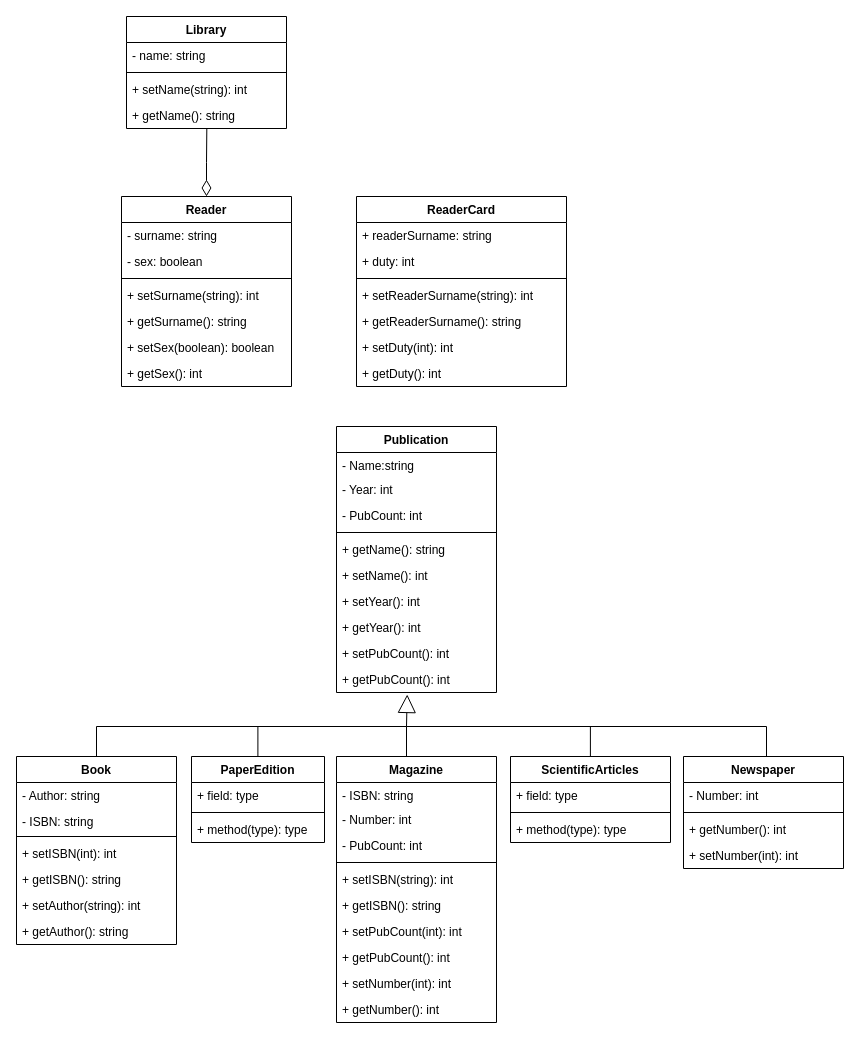
The draw.io diagram Library #3/Library.drawio in mxngell/Class, before the edit. Source tidied: cells renumbered, new cells numbered last; positions are measured from the earlier drawing's top-left corner, leaving out a move shared by most shapes. Both pictures are drawn from the tidied source at 100%, with x=0, y=0 at pixel (16, 16).
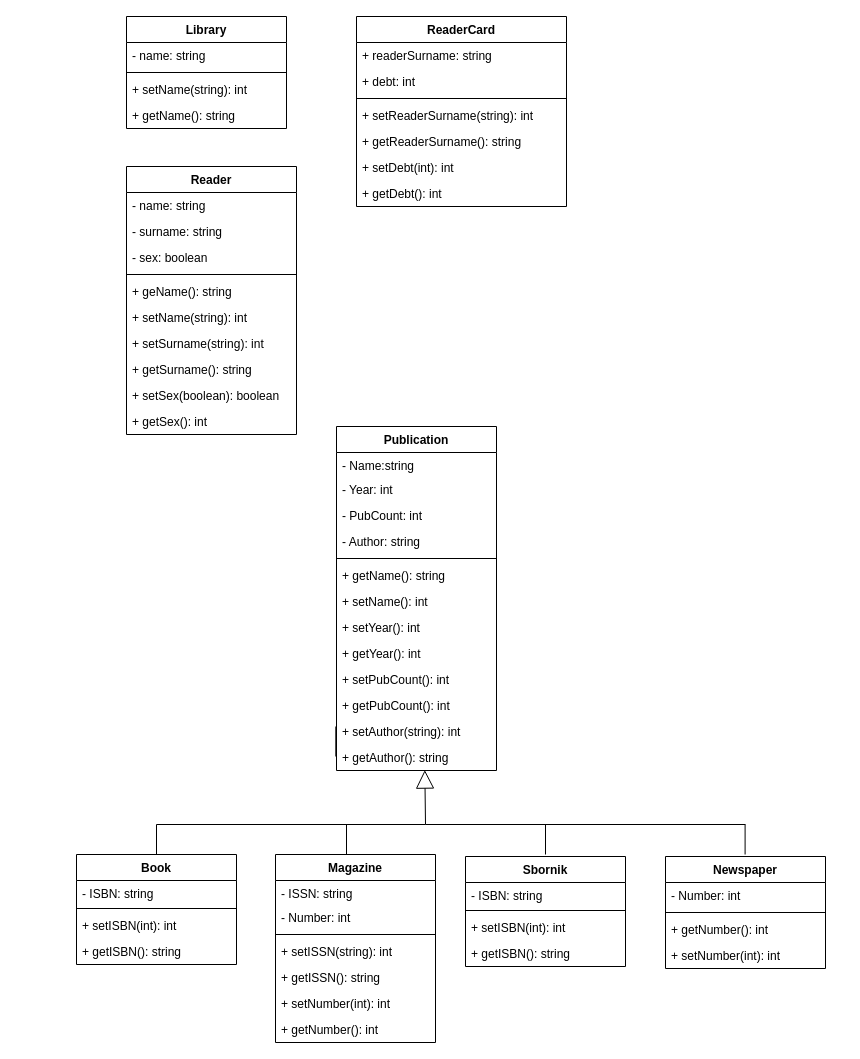
After the change.

The change refers to these unchanged cells:
```xml
<mxCell id="30" value="+ getName(): string" style="text;strokeColor=none;fillColor=none;align=left;verticalAlign=top;spacingLeft=4;spacingRight=4;overflow=hidden;points=[[0,0.5],[1,0.5]];portConstraint=eastwest;" parent="26" vertex="1">
  <mxGeometry y="86" width="160" height="26" as="geometry" />
</mxCell>
```

The edit, as a diff of the source:
```diff
@@
     <mxCell id="2" value="Reader" style="swimlane;fontStyle=1;align=center;verticalAlign=top;horizontal=1;startSize=26;" parent="1" vertex="1">
-      <mxGeometry x="105" y="180" width="170" height="190" as="geometry" />
+      <mxGeometry x="110" y="150" width="170" height="268" as="geometry" />
     </mxCell>
+    <mxCell id="73" value="- name: string" style="text;strokeColor=none;fillColor=none;align=left;verticalAlign=top;spacingLeft=4;spacingRight=4;overflow=hidden;" parent="2" vertex="1">
+      <mxGeometry y="26" width="170" height="26" as="geometry" />
+    </mxCell>
     <mxCell id="3" value="- surname: string" style="text;strokeColor=none;fillColor=none;align=left;verticalAlign=top;spacingLeft=4;spacingRight=4;overflow=hidden;" parent="2" vertex="1">
-      <mxGeometry y="26" width="170" height="26" as="geometry" />
+      <mxGeometry y="52" width="170" height="26" as="geometry" />
     </mxCell>
     <mxCell id="4" value="- sex: boolean" style="text;strokeColor=none;fillColor=none;align=left;verticalAlign=top;spacingLeft=4;spacingRight=4;overflow=hidden;" parent="2" vertex="1">
-      <mxGeometry y="52" width="170" height="26" as="geometry" />
+      <mxGeometry y="78" width="170" height="26" as="geometry" />
     </mxCell>
     <mxCell id="5" style="line;strokeWidth=1;fillColor=none;align=left;verticalAlign=middle;spacingTop=-1;spacingLeft=3;spacingRight=3;labelPosition=right;strokeColor=inherit;" parent="2" vertex="1">
-      <mxGeometry y="78" width="170" height="8" as="geometry" />
+      <mxGeometry y="104" width="170" height="8" as="geometry" />
     </mxCell>
+    <mxCell id="74" value="+ geName(): string" style="text;strokeColor=none;fillColor=none;align=left;verticalAlign=top;spacingLeft=4;spacingRight=4;overflow=hidden;" parent="2" vertex="1">
+      <mxGeometry y="112" width="170" height="26" as="geometry" />
+    </mxCell>
+    <mxCell id="75" value="+ setName(string): int" style="text;strokeColor=none;fillColor=none;align=left;verticalAlign=top;spacingLeft=4;spacingRight=4;overflow=hidden;" parent="2" vertex="1">
+      <mxGeometry y="138" width="170" height="26" as="geometry" />
+    </mxCell>
     <mxCell id="6" value="+ setSurname(string): int" style="text;strokeColor=none;fillColor=none;align=left;verticalAlign=top;spacingLeft=4;spacingRight=4;overflow=hidden;" parent="2" vertex="1">
-      <mxGeometry y="86" width="170" height="26" as="geometry" />
+      <mxGeometry y="164" width="170" height="26" as="geometry" />
     </mxCell>
     <mxCell id="7" value="+ getSurname(): string" style="text;strokeColor=none;fillColor=none;align=left;verticalAlign=top;spacingLeft=4;spacingRight=4;overflow=hidden;" parent="2" vertex="1">
-      <mxGeometry y="112" width="170" height="26" as="geometry" />
+      <mxGeometry y="190" width="170" height="26" as="geometry" />
     </mxCell>
     <mxCell id="8" value="+ setSex(boolean): boolean" style="text;strokeColor=none;fillColor=none;align=left;verticalAlign=top;spacingLeft=4;spacingRight=4;overflow=hidden;" parent="2" vertex="1">
-      <mxGeometry y="138" width="170" height="26" as="geometry" />
+      <mxGeometry y="216" width="170" height="26" as="geometry" />
     </mxCell>
     <mxCell id="9" value="+ getSex(): int" style="text;strokeColor=none;fillColor=none;align=left;verticalAlign=top;spacingLeft=4;spacingRight=4;overflow=hidden;" parent="2" vertex="1">
-      <mxGeometry y="164" width="170" height="26" as="geometry" />
+      <mxGeometry y="242" width="170" height="26" as="geometry" />
     </mxCell>
     <mxCell id="10" value="Book" style="swimlane;fontStyle=1;align=center;verticalAlign=top;horizontal=1;startSize=26;" parent="1" vertex="1">
-      <mxGeometry y="740" width="160" height="188" as="geometry" />
+      <mxGeometry x="60" y="838" width="160" height="110" as="geometry" />
     </mxCell>
-    <mxCell id="11" value="- Author: string" style="text;strokeColor=none;fillColor=none;align=left;verticalAlign=top;spacingLeft=4;spacingRight=4;overflow=hidden;" parent="10" vertex="1">
-      <mxGeometry y="26" width="160" height="26" as="geometry" />
-    </mxCell>
     <mxCell id="12" value="- ISBN: string&#10;" style="text;strokeColor=none;fillColor=none;align=left;verticalAlign=top;spacingLeft=4;spacingRight=4;overflow=hidden;" parent="10" vertex="1">
-      <mxGeometry y="52" width="160" height="24" as="geometry" />
+      <mxGeometry y="26" width="160" height="24" as="geometry" />
     </mxCell>
     <mxCell id="13" style="line;strokeWidth=1;fillColor=none;align=left;verticalAlign=middle;spacingTop=-1;spacingLeft=3;spacingRight=3;labelPosition=right;strokeColor=inherit;" parent="10" vertex="1">
-      <mxGeometry y="76" width="160" height="8" as="geometry" />
+      <mxGeometry y="50" width="160" height="8" as="geometry" />
     </mxCell>
     <mxCell id="14" value="+ setISBN(int): int" style="text;strokeColor=none;fillColor=none;align=left;verticalAlign=top;spacingLeft=4;spacingRight=4;overflow=hidden;" parent="10" vertex="1">
-      <mxGeometry y="84" width="160" height="26" as="geometry" />
+      <mxGeometry y="58" width="160" height="26" as="geometry" />
     </mxCell>
     <mxCell id="15" value="+ getISBN(): string" style="text;strokeColor=none;fillColor=none;align=left;verticalAlign=top;spacingLeft=4;spacingRight=4;overflow=hidden;" parent="10" vertex="1">
-      <mxGeometry y="110" width="160" height="26" as="geometry" />
+      <mxGeometry y="84" width="160" height="26" as="geometry" />
     </mxCell>
-    <mxCell id="16" value="+ setAuthor(string): int" style="text;strokeColor=none;fillColor=none;align=left;verticalAlign=top;spacingLeft=4;spacingRight=4;overflow=hidden;" parent="10" vertex="1">
-      <mxGeometry y="136" width="160" height="26" as="geometry" />
-    </mxCell>
-    <mxCell id="17" value="+ getAuthor(): string" style="text;strokeColor=none;fillColor=none;align=left;verticalAlign=top;spacingLeft=4;spacingRight=4;overflow=hidden;points=[[0,0.5],[1,0.5]];portConstraint=eastwest;" parent="10" vertex="1">
-      <mxGeometry y="162" width="160" height="26" as="geometry" />
-    </mxCell>
     <mxCell id="18" value="ReaderCard" style="swimlane;fontStyle=1;align=center;verticalAlign=top;horizontal=1;startSize=26;" parent="1" vertex="1">
-      <mxGeometry x="340" y="180" width="210" height="190" as="geometry" />
+      <mxGeometry x="340" width="210" height="190" as="geometry" />
     </mxCell>
@@
-    <mxCell id="20" value="+ duty: int" style="text;strokeColor=none;fillColor=none;align=left;verticalAlign=top;spacingLeft=4;spacingRight=4;overflow=hidden;" parent="18" vertex="1">
+    <mxCell id="20" value="+ debt: int" style="text;strokeColor=none;fillColor=none;align=left;verticalAlign=top;spacingLeft=4;spacingRight=4;overflow=hidden;" parent="18" vertex="1">
       <mxGeometry y="52" width="210" height="26" as="geometry" />
     </mxCell>
@@
-    <mxCell id="24" value="+ setDuty(int): int" style="text;strokeColor=none;fillColor=none;align=left;verticalAlign=top;spacingLeft=4;spacingRight=4;overflow=hidden;" parent="18" vertex="1">
+    <mxCell id="24" value="+ setDebt(int): int" style="text;strokeColor=none;fillColor=none;align=left;verticalAlign=top;spacingLeft=4;spacingRight=4;overflow=hidden;" parent="18" vertex="1">
       <mxGeometry y="138" width="210" height="26" as="geometry" />
     </mxCell>
-    <mxCell id="25" value="+ getDuty(): int" style="text;strokeColor=none;fillColor=none;align=left;verticalAlign=top;spacingLeft=4;spacingRight=4;overflow=hidden;" parent="18" vertex="1">
+    <mxCell id="25" value="+ getDebt(): int" style="text;strokeColor=none;fillColor=none;align=left;verticalAlign=top;spacingLeft=4;spacingRight=4;overflow=hidden;" parent="18" vertex="1">
       <mxGeometry y="164" width="210" height="26" as="geometry" />
     </mxCell>
@@
     <mxCell id="31" value="Magazine" style="swimlane;fontStyle=1;align=center;verticalAlign=top;horizontal=1;startSize=26;" parent="1" vertex="1">
-      <mxGeometry x="320" y="740" width="160" height="266" as="geometry" />
+      <mxGeometry x="259" y="838" width="160" height="188" as="geometry" />
     </mxCell>
-    <mxCell id="32" value="- ISBN: string&#10;" style="text;strokeColor=none;fillColor=none;align=left;verticalAlign=top;spacingLeft=4;spacingRight=4;overflow=hidden;" parent="31" vertex="1">
+    <mxCell id="32" value="- ISSN: string&#10;" style="text;strokeColor=none;fillColor=none;align=left;verticalAlign=top;spacingLeft=4;spacingRight=4;overflow=hidden;" parent="31" vertex="1">
       <mxGeometry y="26" width="160" height="24" as="geometry" />
     </mxCell>
@@
-    <mxCell id="34" value="- PubCount: int" style="text;align=left;verticalAlign=top;spacingLeft=4;spacingRight=4;overflow=hidden;" parent="31" vertex="1">
-      <mxGeometry y="76" width="160" height="26" as="geometry" />
-    </mxCell>
     <mxCell id="35" style="line;strokeWidth=1;fillColor=none;align=left;verticalAlign=middle;spacingTop=-1;spacingLeft=3;spacingRight=3;labelPosition=right;strokeColor=inherit;" parent="31" vertex="1">
-      <mxGeometry y="102" width="160" height="8" as="geometry" />
+      <mxGeometry y="76" width="160" height="8" as="geometry" />
     </mxCell>
-    <mxCell id="36" value="+ setISBN(string): int" style="text;strokeColor=none;fillColor=none;align=left;verticalAlign=top;spacingLeft=4;spacingRight=4;overflow=hidden;" parent="31" vertex="1">
-      <mxGeometry y="110" width="160" height="26" as="geometry" />
+    <mxCell id="36" value="+ setISSN(string): int" style="text;strokeColor=none;fillColor=none;align=left;verticalAlign=top;spacingLeft=4;spacingRight=4;overflow=hidden;" parent="31" vertex="1">
+      <mxGeometry y="84" width="160" height="26" as="geometry" />
     </mxCell>
-    <mxCell id="37" value="+ getISBN(): string" style="text;strokeColor=none;fillColor=none;align=left;verticalAlign=top;spacingLeft=4;spacingRight=4;overflow=hidden;" parent="31" vertex="1">
-      <mxGeometry y="136" width="160" height="26" as="geometry" />
+    <mxCell id="37" value="+ getISSN(): string" style="text;strokeColor=none;fillColor=none;align=left;verticalAlign=top;spacingLeft=4;spacingRight=4;overflow=hidden;" parent="31" vertex="1">
+      <mxGeometry y="110" width="160" height="26" as="geometry" />
     </mxCell>
-    <mxCell id="38" value="+ setPubCount(int): int" style="text;strokeColor=none;fillColor=none;align=left;verticalAlign=top;spacingLeft=4;spacingRight=4;overflow=hidden;" parent="31" vertex="1">
-      <mxGeometry y="162" width="160" height="26" as="geometry" />
-    </mxCell>
-    <mxCell id="39" value="+ getPubCount(): int" style="text;strokeColor=none;fillColor=none;align=left;verticalAlign=top;spacingLeft=4;spacingRight=4;overflow=hidden;" parent="31" vertex="1">
-      <mxGeometry y="188" width="160" height="26" as="geometry" />
-    </mxCell>
     <mxCell id="40" value="+ setNumber(int): int" style="text;strokeColor=none;fillColor=none;align=left;verticalAlign=top;spacingLeft=4;spacingRight=4;overflow=hidden;" parent="31" vertex="1">
-      <mxGeometry y="214" width="160" height="26" as="geometry" />
+      <mxGeometry y="136" width="160" height="26" as="geometry" />
     </mxCell>
     <mxCell id="41" value="+ getNumber(): int" style="text;strokeColor=none;fillColor=none;align=left;verticalAlign=top;spacingLeft=4;spacingRight=4;overflow=hidden;" parent="31" vertex="1">
-      <mxGeometry y="240" width="160" height="26" as="geometry" />
+      <mxGeometry y="162" width="160" height="26" as="geometry" />
     </mxCell>
     <mxCell id="42" value="Newspaper" style="swimlane;fontStyle=1;align=center;verticalAlign=top;horizontal=1;startSize=26;" parent="1" vertex="1">
-      <mxGeometry x="667" y="740" width="160" height="112" as="geometry" />
+      <mxGeometry x="649" y="840" width="160" height="112" as="geometry" />
     </mxCell>
@@
-    <mxCell id="47" value="ScientificArticles" style="swimlane;fontStyle=1;align=center;verticalAlign=top;horizontal=1;startSize=26;" parent="1" vertex="1">
-      <mxGeometry x="494" y="740" width="160" height="86" as="geometry" />
+    <mxCell id="47" value="Sbornik" style="swimlane;fontStyle=1;align=center;verticalAlign=top;horizontal=1;startSize=26;" parent="1" vertex="1">
+      <mxGeometry x="449" y="840" width="160" height="110" as="geometry" />
     </mxCell>
-    <mxCell id="48" value="+ field: type" style="text;strokeColor=none;fillColor=none;align=left;verticalAlign=top;spacingLeft=4;spacingRight=4;overflow=hidden;" parent="47" vertex="1">
-      <mxGeometry y="26" width="160" height="26" as="geometry" />
-    </mxCell>
+    <mxCell id="76" value="- ISBN: string&#10;" style="text;strokeColor=none;fillColor=none;align=left;verticalAlign=top;spacingLeft=4;spacingRight=4;overflow=hidden;" parent="47" vertex="1">
+      <mxGeometry y="26" width="160" height="24" as="geometry" />
+    </mxCell>
     <mxCell id="49" style="line;strokeWidth=1;fillColor=none;align=left;verticalAlign=middle;spacingTop=-1;spacingLeft=3;spacingRight=3;labelPosition=right;strokeColor=inherit;" parent="47" vertex="1">
-      <mxGeometry y="52" width="160" height="8" as="geometry" />
+      <mxGeometry y="50" width="160" height="8" as="geometry" />
     </mxCell>
-    <mxCell id="50" value="+ method(type): type" style="text;strokeColor=none;fillColor=none;align=left;verticalAlign=top;spacingLeft=4;spacingRight=4;overflow=hidden;" parent="47" vertex="1">
-      <mxGeometry y="60" width="160" height="26" as="geometry" />
-    </mxCell>
-    <mxCell id="51" value="PaperEdition" style="swimlane;fontStyle=1;align=center;verticalAlign=top;horizontal=1;startSize=26;" parent="1" vertex="1">
-      <mxGeometry x="175" y="740" width="133" height="86" as="geometry" />
-    </mxCell>
-    <mxCell id="52" value="+ field: type" style="text;strokeColor=none;fillColor=none;align=left;verticalAlign=top;spacingLeft=4;spacingRight=4;overflow=hidden;" parent="51" vertex="1">
-      <mxGeometry y="26" width="133" height="26" as="geometry" />
-    </mxCell>
-    <mxCell id="53" style="line;strokeWidth=1;fillColor=none;align=left;verticalAlign=middle;spacingTop=-1;spacingLeft=3;spacingRight=3;labelPosition=right;strokeColor=inherit;" parent="51" vertex="1">
-      <mxGeometry y="52" width="133" height="8" as="geometry" />
-    </mxCell>
-    <mxCell id="54" value="+ method(type): type" style="text;strokeColor=none;fillColor=none;align=left;verticalAlign=top;spacingLeft=4;spacingRight=4;overflow=hidden;" parent="51" vertex="1">
-      <mxGeometry y="60" width="133" height="26" as="geometry" />
-    </mxCell>
+    <mxCell id="77" value="+ setISBN(int): int" style="text;strokeColor=none;fillColor=none;align=left;verticalAlign=top;spacingLeft=4;spacingRight=4;overflow=hidden;" parent="47" vertex="1">
+      <mxGeometry y="58" width="160" height="26" as="geometry" />
+    </mxCell>
+    <mxCell id="78" value="+ getISBN(): string" style="text;strokeColor=none;fillColor=none;align=left;verticalAlign=top;spacingLeft=4;spacingRight=4;overflow=hidden;" parent="47" vertex="1">
+      <mxGeometry y="84" width="160" height="26" as="geometry" />
+    </mxCell>
     <mxCell id="55" value="Publication" style="swimlane;fontStyle=1;align=center;verticalAlign=top;horizontal=1;startSize=26;" parent="1" vertex="1">
-      <mxGeometry x="320" y="410" width="160" height="266" as="geometry" />
+      <mxGeometry x="320" y="410" width="160" height="344" as="geometry" />
     </mxCell>
@@
+    <mxCell id="11" value="- Author: string" style="text;strokeColor=none;fillColor=none;align=left;verticalAlign=top;spacingLeft=4;spacingRight=4;overflow=hidden;" parent="55" vertex="1">
+      <mxGeometry y="102" width="160" height="26" as="geometry" />
+    </mxCell>
     <mxCell id="59" style="line;strokeWidth=1;fillColor=none;align=left;verticalAlign=middle;spacingTop=-1;spacingLeft=3;spacingRight=3;labelPosition=right;strokeColor=inherit;" parent="55" vertex="1">
-      <mxGeometry y="102" width="160" height="8" as="geometry" />
+      <mxGeometry y="128" width="160" height="8" as="geometry" />
     </mxCell>
     <mxCell id="60" value="+ getName(): string" style="text;strokeColor=none;fillColor=none;align=left;verticalAlign=top;spacingLeft=4;spacingRight=4;overflow=hidden;" parent="55" vertex="1">
-      <mxGeometry y="110" width="160" height="26" as="geometry" />
+      <mxGeometry y="136" width="160" height="26" as="geometry" />
     </mxCell>
     <mxCell id="61" value="+ setName(): int" style="text;strokeColor=none;fillColor=none;align=left;verticalAlign=top;spacingLeft=4;spacingRight=4;overflow=hidden;" parent="55" vertex="1">
-      <mxGeometry y="136" width="160" height="26" as="geometry" />
+      <mxGeometry y="162" width="160" height="26" as="geometry" />
     </mxCell>
     <mxCell id="62" value="+ setYear(): int" style="text;strokeColor=none;fillColor=none;align=left;verticalAlign=top;spacingLeft=4;spacingRight=4;overflow=hidden;" parent="55" vertex="1">
-      <mxGeometry y="162" width="160" height="26" as="geometry" />
+      <mxGeometry y="188" width="160" height="26" as="geometry" />
     </mxCell>
     <mxCell id="63" value="+ getYear(): int" style="text;strokeColor=none;fillColor=none;align=left;verticalAlign=top;spacingLeft=4;spacingRight=4;overflow=hidden;" parent="55" vertex="1">
-      <mxGeometry y="188" width="160" height="26" as="geometry" />
+      <mxGeometry y="214" width="160" height="26" as="geometry" />
     </mxCell>
     <mxCell id="64" value="+ setPubCount(): int" style="text;strokeColor=none;fillColor=none;align=left;verticalAlign=top;spacingLeft=4;spacingRight=4;overflow=hidden;" parent="55" vertex="1">
-      <mxGeometry y="214" width="160" height="26" as="geometry" />
+      <mxGeometry y="240" width="160" height="26" as="geometry" />
     </mxCell>
     <mxCell id="65" value="+ getPubCount(): int" style="text;strokeColor=none;fillColor=none;align=left;verticalAlign=top;spacingLeft=4;spacingRight=4;overflow=hidden;points=[[0,0.5],[1,0.5]];portConstraint=eastwest;" parent="55" vertex="1">
-      <mxGeometry y="240" width="160" height="26" as="geometry" />
+      <mxGeometry y="266" width="160" height="26" as="geometry" />
     </mxCell>
-    <mxCell id="66" style="endArrow=none;html=1;endSize=12;startArrow=diamondThin;startSize=14;startFill=0;edgeStyle=orthogonalEdgeStyle;align=left;verticalAlign=bottom;rounded=0;exitX=0.5;exitY=0;exitDx=0;exitDy=0;entryX=0.502;entryY=1.003;entryDx=0;entryDy=0;entryPerimeter=0;endFill=0;" parent="1" edge="1" source="2" target="30">
-      <mxGeometry x="-1" y="3" relative="1" as="geometry" />
-    </mxCell>
+    <mxCell id="16" value="+ setAuthor(string): int" style="text;strokeColor=none;fillColor=none;align=left;verticalAlign=top;spacingLeft=4;spacingRight=4;overflow=hidden;" parent="55" vertex="1">
+      <mxGeometry y="292" width="160" height="26" as="geometry" />
+    </mxCell>
+    <mxCell id="17" value="+ getAuthor(): string" style="text;strokeColor=none;fillColor=none;align=left;verticalAlign=top;spacingLeft=4;spacingRight=4;overflow=hidden;points=[[0,0.5],[1,0.5]];portConstraint=eastwest;" parent="55" vertex="1">
+      <mxGeometry y="318" width="160" height="26" as="geometry" />
+    </mxCell>
-    <mxCell id="67" style="endArrow=block;endSize=16;endFill=0;html=1;rounded=0;entryX=0.442;entryY=1.077;entryDx=0;entryDy=0;entryPerimeter=0;exitX=0.5;exitY=0;exitDx=0;exitDy=0;" parent="1" edge="1" source="10" target="65">
+    <mxCell id="67" style="endArrow=block;endSize=16;endFill=0;html=1;rounded=0;entryX=0.552;entryY=0.985;entryDx=0;entryDy=0;entryPerimeter=0;exitX=0.5;exitY=0;exitDx=0;exitDy=0;" parent="1" edge="1" source="10" target="17">
       <mxGeometry relative="1" as="geometry">
         <Array as="points">
-          <mxPoint x="80" y="710" />
-          <mxPoint x="390" y="710" />
+          <mxPoint x="140" y="808" />
+          <mxPoint x="409" y="808" />
         </Array>
       </mxGeometry>
     </mxCell>
     <mxCell id="68" style="endArrow=none;html=1;rounded=0;endFill=0;" parent="1" edge="1">
       <mxGeometry relative="1" as="geometry">
-        <mxPoint x="390" y="740" as="sourcePoint" />
-        <mxPoint x="390" y="710" as="targetPoint" />
+        <mxPoint x="319.3" y="740" as="sourcePoint" />
+        <mxPoint x="319.3" y="710" as="targetPoint" />
       </mxGeometry>
     </mxCell>
-    <mxCell id="69" style="endArrow=none;html=1;rounded=0;endFill=0;" parent="1" edge="1">
-      <mxGeometry relative="1" as="geometry">
-        <mxPoint x="241.4" y="740" as="sourcePoint" />
-        <mxPoint x="241.4" y="710" as="targetPoint" />
-      </mxGeometry>
-    </mxCell>
     <mxCell id="70" style="endArrow=none;html=1;rounded=0;endFill=0;" parent="1" edge="1">
       <mxGeometry relative="1" as="geometry">
-        <mxPoint x="750" y="710" as="sourcePoint" />
-        <mxPoint x="390" y="710" as="targetPoint" />
+        <mxPoint x="729" y="808" as="sourcePoint" />
+        <mxPoint x="409" y="808" as="targetPoint" />
       </mxGeometry>
     </mxCell>
     <mxCell id="71" style="endArrow=none;html=1;rounded=0;endFill=0;" parent="1" edge="1">
       <mxGeometry relative="1" as="geometry">
-        <mxPoint x="750" y="740" as="sourcePoint" />
-        <mxPoint x="750" y="710" as="targetPoint" />
+        <mxPoint x="728.6" y="838" as="sourcePoint" />
+        <mxPoint x="728.6" y="808" as="targetPoint" />
       </mxGeometry>
     </mxCell>
     <mxCell id="72" style="endArrow=none;html=1;rounded=0;endFill=0;" parent="1" edge="1">
       <mxGeometry relative="1" as="geometry">
-        <mxPoint x="573.9" y="740" as="sourcePoint" />
-        <mxPoint x="573.9" y="710" as="targetPoint" />
+        <mxPoint x="529" y="838" as="sourcePoint" />
+        <mxPoint x="529" y="808" as="targetPoint" />
       </mxGeometry>
     </mxCell>
+    <mxCell id="79" style="endArrow=none;html=1;rounded=0;endFill=0;" parent="1" edge="1">
+      <mxGeometry relative="1" as="geometry">
+        <mxPoint x="330" y="838" as="sourcePoint" />
+        <mxPoint x="330" y="808" as="targetPoint" />
+      </mxGeometry>
+    </mxCell>
```
